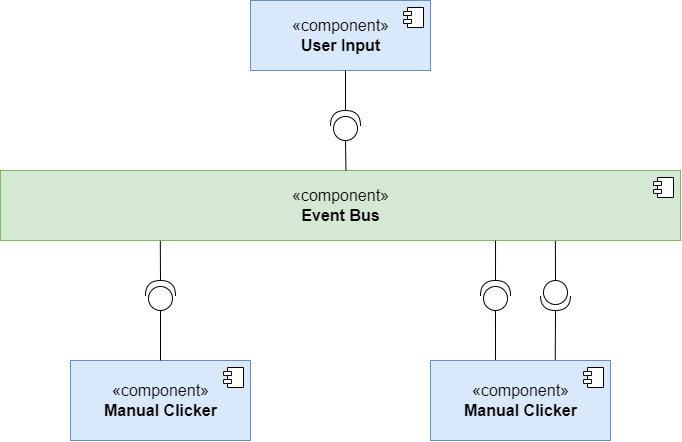
The draw.io diagram Architectural styles/Implicit Invocation Systems/Event Bus Cookie Clicker Example.drawio.png in smitbmx/Architecture-Diagrams, before a commit. Source tidied: cells renumbered, new cells last; positions are measured from the earlier drawing's top-left corner, leaving out a move shared by most shapes.
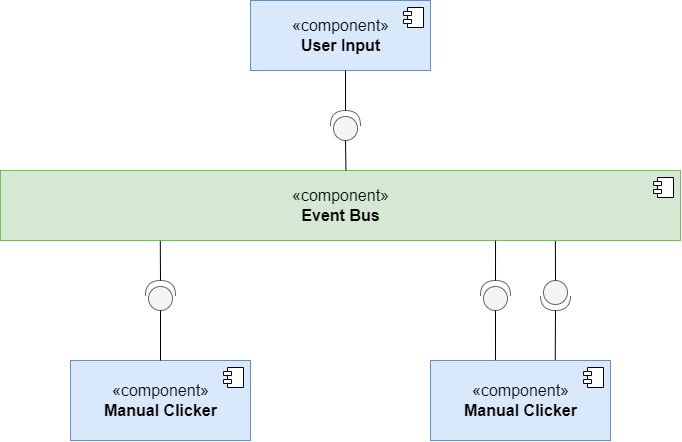
After the change.

The edit, as a diff of the source:
```diff
@@ -34,7 +34,7 @@
         <mxPoint x="-27" y="7" as="offset" />
       </mxGeometry>
     </mxCell>
-    <mxCell id="10" style="shape=providedRequiredInterface;html=1;verticalLabelPosition=bottom;sketch=0;fontSize=16;rotation=-90;" parent="1" vertex="1">
+    <mxCell id="10" style="shape=providedRequiredInterface;html=1;verticalLabelPosition=bottom;sketch=0;fontSize=16;rotation=-90;fillColor=#f5f5f5;fontColor=#333333;strokeColor=#666666;" parent="1" vertex="1">
       <mxGeometry x="330" y="110" width="30" height="30" as="geometry" />
     </mxCell>
     <mxCell id="11" style="endArrow=none;html=1;rounded=0;fontSize=16;exitX=0;exitY=0.5;exitDx=0;exitDy=0;exitPerimeter=0;entryX=0.508;entryY=-0.001;entryDx=0;entryDy=0;entryPerimeter=0;" parent="1" edge="1" source="10" target="4">
@@ -45,13 +45,13 @@
         <mxPoint x="345" y="70" as="targetPoint" />
       </mxGeometry>
     </mxCell>
-    <mxCell id="13" style="shape=providedRequiredInterface;html=1;verticalLabelPosition=bottom;sketch=0;fontSize=16;rotation=-90;" parent="1" vertex="1">
+    <mxCell id="13" style="shape=providedRequiredInterface;html=1;verticalLabelPosition=bottom;sketch=0;fontSize=16;rotation=-90;fillColor=#f5f5f5;fontColor=#333333;strokeColor=#666666;" parent="1" vertex="1">
       <mxGeometry x="145" y="280" width="30" height="30" as="geometry" />
     </mxCell>
-    <mxCell id="14" style="shape=providedRequiredInterface;html=1;verticalLabelPosition=bottom;sketch=0;fontSize=16;rotation=-90;" parent="1" vertex="1">
+    <mxCell id="14" style="shape=providedRequiredInterface;html=1;verticalLabelPosition=bottom;sketch=0;fontSize=16;rotation=-90;fillColor=#f5f5f5;fontColor=#333333;strokeColor=#666666;" parent="1" vertex="1">
       <mxGeometry x="480" y="280" width="30" height="30" as="geometry" />
     </mxCell>
-    <mxCell id="15" style="shape=providedRequiredInterface;html=1;verticalLabelPosition=bottom;sketch=0;fontSize=16;rotation=90;" parent="1" vertex="1">
+    <mxCell id="15" style="shape=providedRequiredInterface;html=1;verticalLabelPosition=bottom;sketch=0;fontSize=16;rotation=90;fillColor=#f5f5f5;fontColor=#333333;strokeColor=#666666;" parent="1" vertex="1">
       <mxGeometry x="540" y="280" width="30" height="30" as="geometry" />
     </mxCell>
     <mxCell id="16" style="endArrow=none;html=1;rounded=0;fontSize=16;exitX=0.5;exitY=0;exitDx=0;exitDy=0;entryX=0;entryY=0.5;entryDx=0;entryDy=0;entryPerimeter=0;" parent="1" edge="1" source="6" target="13">
```
